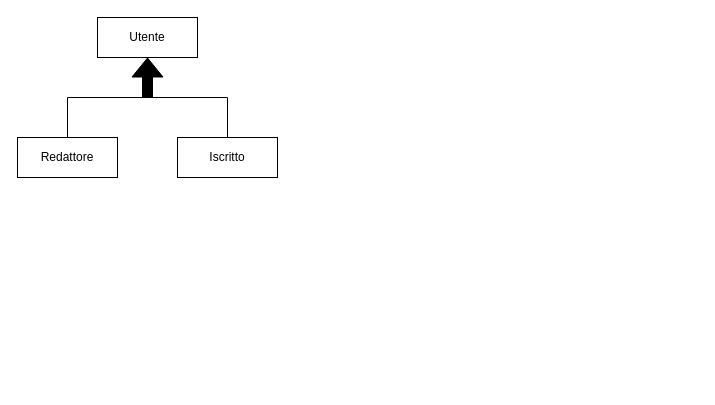
This is schema_er.drawio from fedeztk/DataBase, a draw.io file, before an edit. Source tidied: cells renumbered, new cells numbered last; positions are measured from the earlier drawing's top-left corner, leaving out a move shared by most shapes. Both pictures are drawn from the tidied source at 100%, with x=0, y=0 at pixel (17, 17).
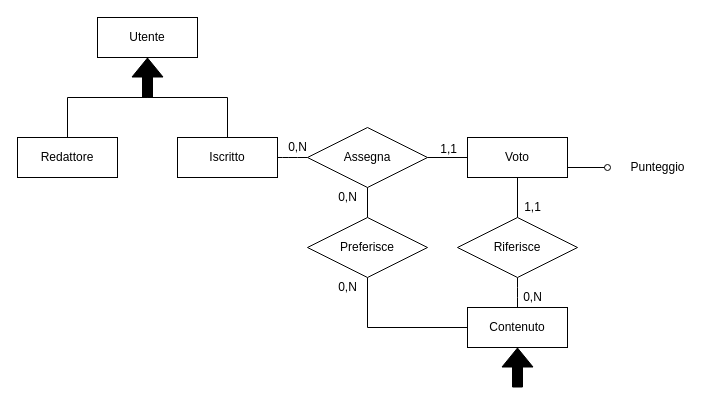
Above is the later version.

Commit message (it also covers changes not shown here):
bozza schema; coerenza sito + iscritto

Unchanged cells that the change refers to:
```xml
<mxCell id="3" value="Redattore" style="whiteSpace=wrap;html=1;align=center;" parent="1" vertex="1">
  <mxGeometry y="120" width="100" height="40" as="geometry" />
</mxCell>
<mxCell id="5" value="Iscritto" style="whiteSpace=wrap;html=1;align=center;" parent="1" vertex="1">
  <mxGeometry x="160" y="120" width="100" height="40" as="geometry" />
</mxCell>
<mxCell id="6" value="Utente" style="whiteSpace=wrap;html=1;align=center;" parent="1" vertex="1">
  <mxGeometry x="80" width="100" height="40" as="geometry" />
</mxCell>
```

Diff of the diagram source:
```diff
@@
-    <mxCell id="2" style="edgeStyle=orthogonalEdgeStyle;rounded=0;sketch=0;jettySize=auto;html=1;shadow=0;startSize=1;endArrow=none;endFill=0;endSize=1;strokeColor=#000000;strokeWidth=1;fillColor=none;" parent="1" edge="1" source="3" target="6">
+    <mxCell id="2" style="edgeStyle=orthogonalEdgeStyle;jettySize=auto;html=1;shadow=0;startSize=1;endArrow=none;endFill=0;endSize=1;strokeColor=#000000;strokeWidth=1;fillColor=none;rounded=0;" parent="1" edge="1" source="3" target="6">
       <mxGeometry relative="1" as="geometry" />
     </mxCell>
@@
-    <mxCell id="4" style="edgeStyle=orthogonalEdgeStyle;rounded=0;sketch=0;jettySize=auto;html=1;entryX=0.5;entryY=1;entryDx=0;entryDy=0;shadow=0;startSize=1;endArrow=none;endFill=0;endSize=1;strokeColor=#000000;strokeWidth=1;fillColor=none;" parent="1" edge="1" source="5" target="6">
+    <mxCell id="4" style="edgeStyle=orthogonalEdgeStyle;jettySize=auto;html=1;entryX=0.5;entryY=1;entryDx=0;entryDy=0;shadow=0;startSize=1;endArrow=none;endFill=0;endSize=1;strokeColor=#000000;strokeWidth=1;fillColor=none;rounded=0;" parent="1" edge="1" source="5" target="6">
       <mxGeometry relative="1" as="geometry" />
     </mxCell>
@@
+    <mxCell id="8" style="edgeStyle=orthogonalEdgeStyle;jettySize=auto;html=1;exitX=0.5;exitY=1;exitDx=0;exitDy=0;shadow=0;startSize=1;endArrow=none;endFill=0;endSize=1;strokeColor=#000000;strokeWidth=1;fillColor=none;" parent="1" edge="1" source="9" target="17">
+      <mxGeometry relative="1" as="geometry" />
+    </mxCell>
+    <mxCell id="9" value="Voto" style="whiteSpace=wrap;html=1;align=center;" parent="1" vertex="1">
+      <mxGeometry x="450" y="120" width="100" height="40" as="geometry" />
+    </mxCell>
+    <mxCell id="10" value="Assegna" style="shape=rhombus;perimeter=rhombusPerimeter;whiteSpace=wrap;html=1;align=center;" parent="1" vertex="1">
+      <mxGeometry x="290" y="110" width="120" height="60" as="geometry" />
+    </mxCell>
+    <mxCell id="11" style="endArrow=none;html=1;shadow=0;strokeColor=#000000;strokeWidth=1;fillColor=none;" parent="1" edge="1">
+      <mxGeometry relative="1" as="geometry">
+        <mxPoint x="410" y="140" as="sourcePoint" />
+        <mxPoint x="450" y="140" as="targetPoint" />
+      </mxGeometry>
+    </mxCell>
+    <mxCell id="12" value="1,1" style="html=1;align=right;verticalAlign=bottom;" parent="11" vertex="1">
+      <mxGeometry x="1" relative="1" as="geometry">
+        <mxPoint x="-10" as="offset" />
+      </mxGeometry>
+    </mxCell>
+    <mxCell id="13" style="edgeStyle=orthogonalEdgeStyle;jettySize=auto;html=1;shadow=0;startSize=1;endArrow=none;endFill=0;endSize=1;strokeColor=#000000;strokeWidth=1;fillColor=none;exitX=1;exitY=0.5;exitDx=0;exitDy=0;" parent="1" edge="1" source="5">
+      <mxGeometry relative="1" as="geometry">
+        <mxPoint x="290" y="140" as="targetPoint" />
+        <Array as="points">
+          <mxPoint x="270" y="140" />
+          <mxPoint x="290" y="140" />
+          <mxPoint x="270" y="140" />
+        </Array>
+      </mxGeometry>
+    </mxCell>
+    <mxCell id="14" value="0,N" style="text;html=1;align=center;verticalAlign=middle;" parent="1" vertex="1">
+      <mxGeometry x="260" y="120" width="40" height="20" as="geometry" />
+    </mxCell>
+    <mxCell id="15" value="Contenuto" style="whiteSpace=wrap;html=1;align=center;" parent="1" vertex="1">
+      <mxGeometry x="450" y="290" width="100" height="40" as="geometry" />
+    </mxCell>
+    <mxCell id="16" style="edgeStyle=orthogonalEdgeStyle;jettySize=auto;html=1;shadow=0;startSize=1;endArrow=none;endFill=0;endSize=1;strokeColor=#000000;strokeWidth=1;fillColor=none;" parent="1" edge="1" source="17" target="15">
+      <mxGeometry relative="1" as="geometry" />
+    </mxCell>
+    <mxCell id="17" value="Riferisce" style="shape=rhombus;perimeter=rhombusPerimeter;whiteSpace=wrap;html=1;align=center;" parent="1" vertex="1">
+      <mxGeometry x="440" y="200" width="120" height="60" as="geometry" />
+    </mxCell>
+    <mxCell id="18" value="0,N" style="text;html=1;align=center;verticalAlign=middle;" parent="1" vertex="1">
+      <mxGeometry x="495" y="270" width="40" height="20" as="geometry" />
+    </mxCell>
+    <mxCell id="19" value="1,1" style="text;html=1;align=center;verticalAlign=middle;" parent="1" vertex="1">
+      <mxGeometry x="500" y="180" width="30" height="20" as="geometry" />
+    </mxCell>
+    <mxCell id="20" style="endArrow=none;html=1;rounded=0;shadow=0;strokeColor=#000000;strokeWidth=1;fillColor=none;startArrow=oval;startFill=0;entryX=1;entryY=0.75;entryDx=0;entryDy=0;" parent="1" edge="1" target="9">
+      <mxGeometry relative="1" as="geometry">
+        <mxPoint x="590" y="150" as="sourcePoint" />
+      </mxGeometry>
+    </mxCell>
+    <mxCell id="21" value="Punteggio" style="text;html=1;align=center;verticalAlign=middle;" parent="1" vertex="1">
+      <mxGeometry x="600" y="140" width="80" height="20" as="geometry" />
+    </mxCell>
+    <mxCell id="22" style="shape=flexArrow;endArrow=classic;html=1;entryX=0.5;entryY=1;entryDx=0;entryDy=0;fillColor=#000000;" parent="1" edge="1">
+      <mxGeometry relative="1" as="geometry">
+        <mxPoint x="500" y="370" as="sourcePoint" />
+        <mxPoint x="500" y="330" as="targetPoint" />
+      </mxGeometry>
+    </mxCell>
+    <mxCell id="23" style="edgeStyle=orthogonalEdgeStyle;rounded=0;sketch=0;jettySize=auto;html=1;shadow=0;startArrow=none;startFill=0;endArrow=none;endFill=0;strokeWidth=1;fillColor=none;" parent="1" edge="1" source="25" target="10">
+      <mxGeometry relative="1" as="geometry" />
+    </mxCell>
+    <mxCell id="24" style="edgeStyle=orthogonalEdgeStyle;rounded=0;sketch=0;jettySize=auto;html=1;exitX=0.5;exitY=1;exitDx=0;exitDy=0;entryX=0;entryY=0.5;entryDx=0;entryDy=0;shadow=0;startArrow=none;startFill=0;endArrow=none;endFill=0;strokeColor=#000000;strokeWidth=1;fillColor=none;" parent="1" edge="1" source="25" target="15">
+      <mxGeometry relative="1" as="geometry" />
+    </mxCell>
+    <mxCell id="25" value="Preferisce" style="shape=rhombus;perimeter=rhombusPerimeter;whiteSpace=wrap;html=1;align=center;shadow=0;" parent="1" vertex="1">
+      <mxGeometry x="290" y="200" width="120" height="60" as="geometry" />
+    </mxCell>
+    <mxCell id="26" value="0,N" style="text;html=1;align=center;verticalAlign=middle;" parent="1" vertex="1">
+      <mxGeometry x="310" y="170" width="40" height="20" as="geometry" />
+    </mxCell>
+    <mxCell id="27" value="0,N" style="text;html=1;align=center;verticalAlign=middle;" parent="1" vertex="1">
+      <mxGeometry x="310" y="260" width="40" height="20" as="geometry" />
+    </mxCell>
```
